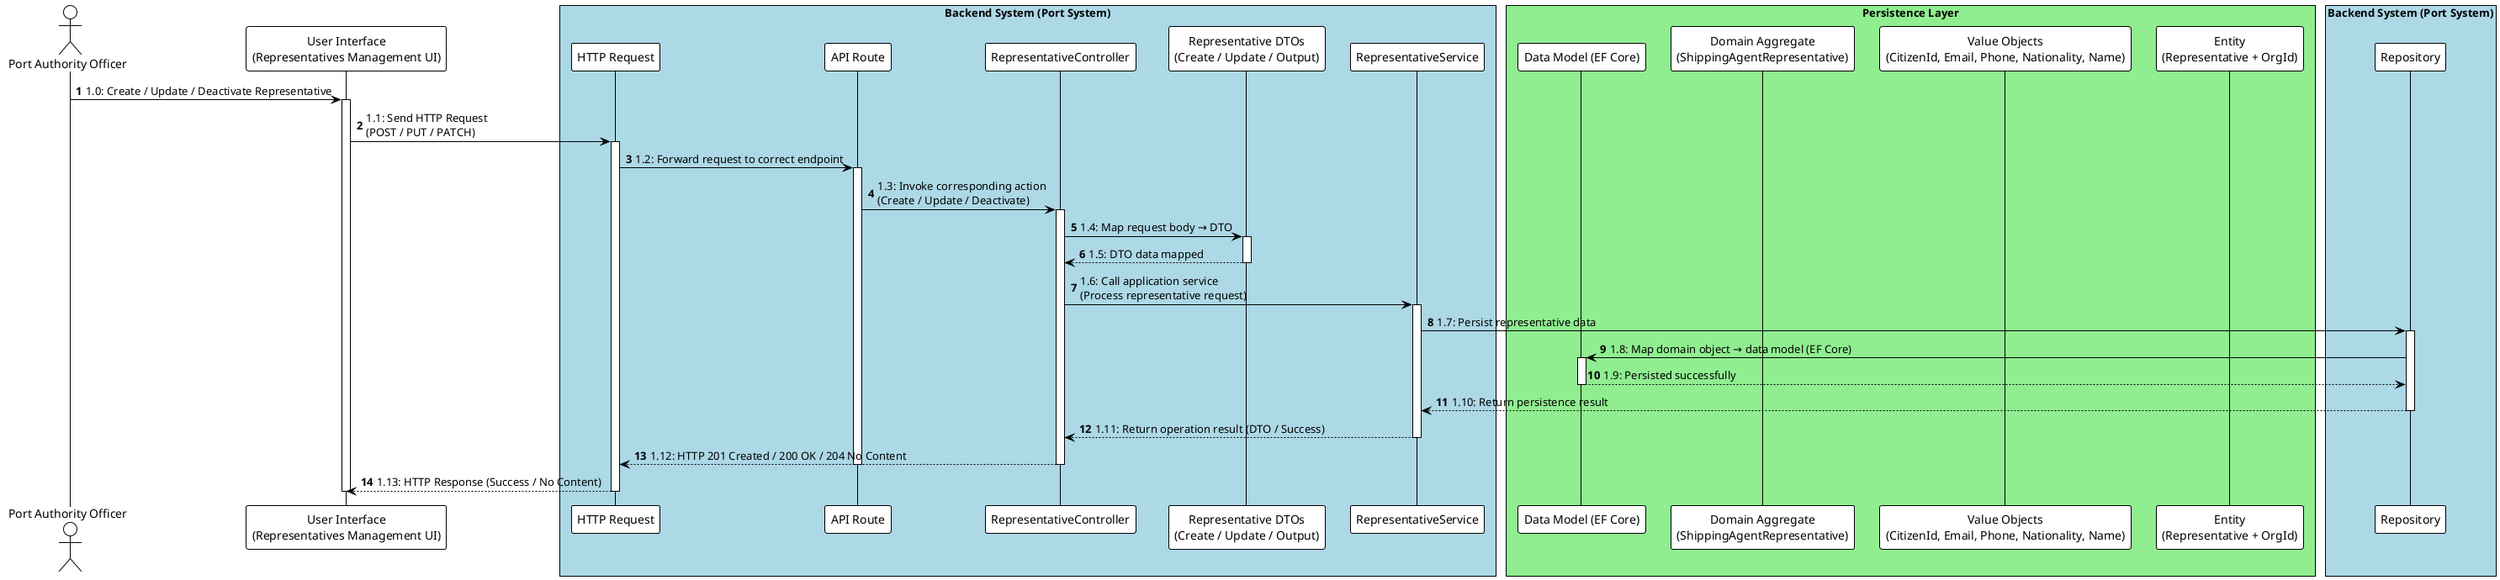
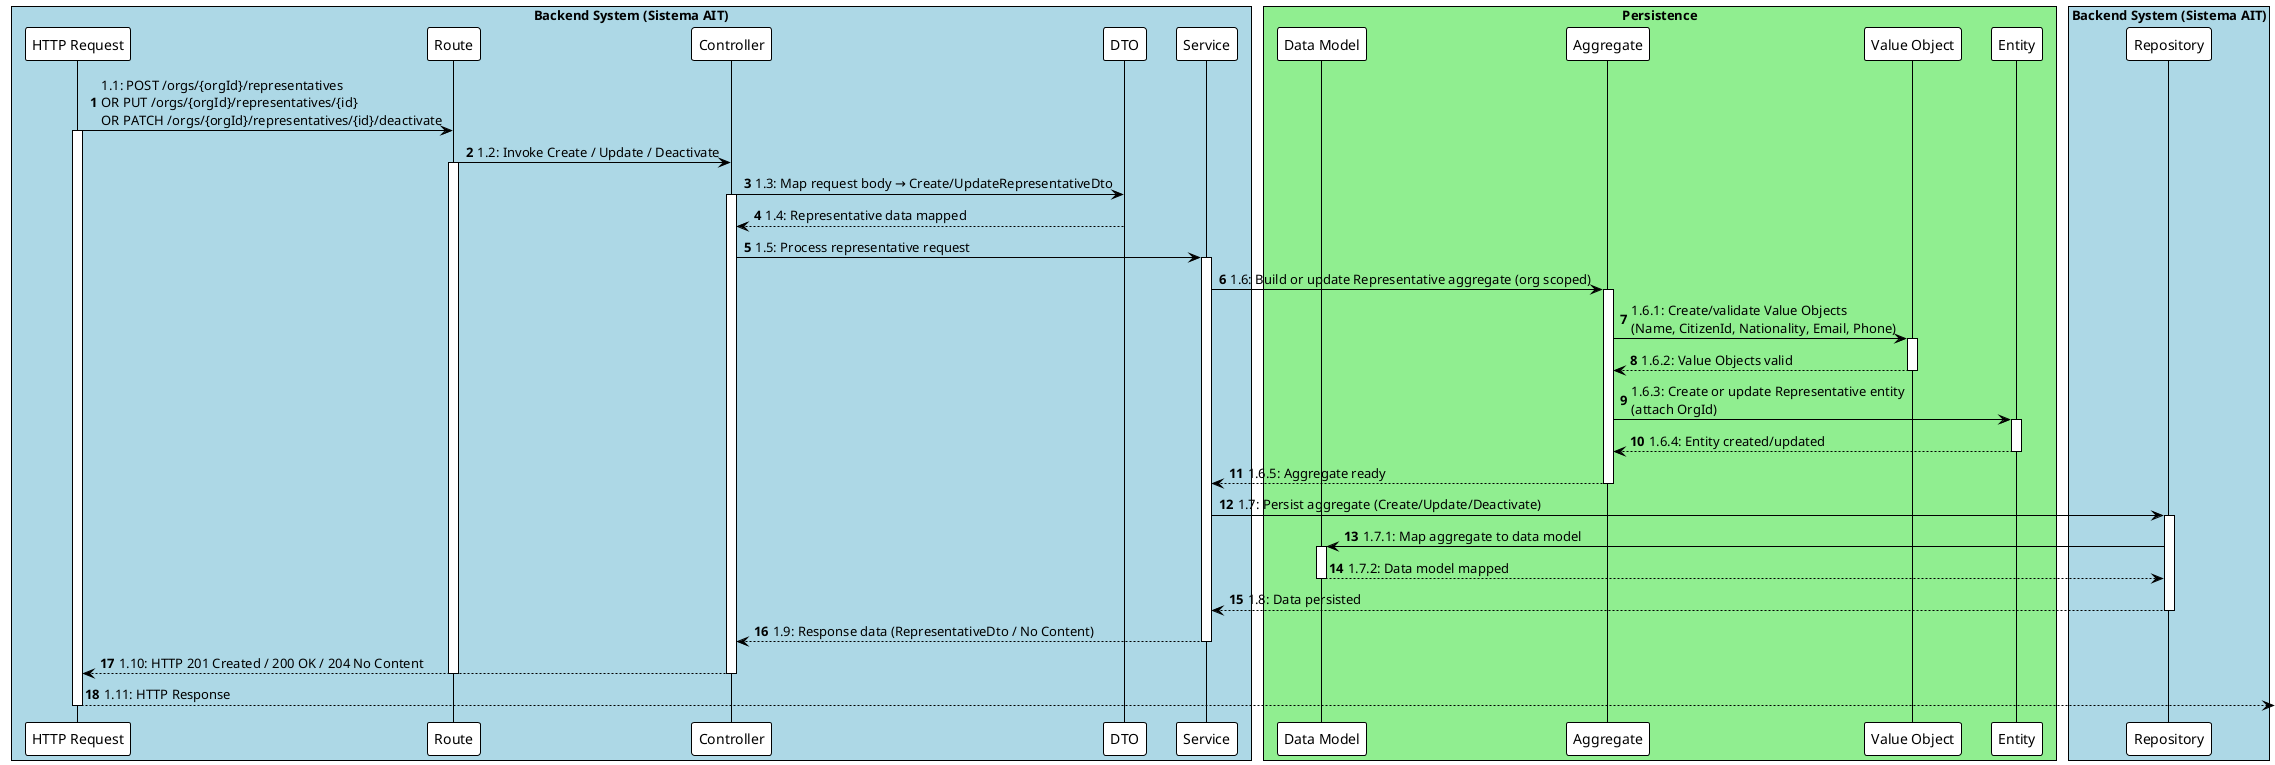
@startuml
!theme plain
autonumber

- actor "Port Authority Officer" as Officer
- 
- participant "User Interface\n(Representatives Management UI)" as UI
- 
- box "Backend System (Port System)" #LightBlue
- participant "HTTP Request" as HttpRequest
- participant "API Route" as Route
- participant "RepresentativeController" as Controller
- participant "Representative DTOs\n(Create / Update / Output)" as Dto
- participant "RepresentativeService" as Service
- box "Persistence Layer" #LightGreen
- participant "Data Model (EF Core)" as DataModel
- participant "Domain Aggregate\n(ShippingAgentRepresentative)" as Aggregate
- participant "Value Objects\n(CitizenId, Email, Phone, Nationality, Name)" as ValueObject
- participant "Entity\n(Representative + OrgId)" as Entity
- end box
- participant "Repository" as Repository
+ box "Backend System (Sistema AIT)" #LightBlue
+     participant "HTTP Request" as HttpRequest
+     participant "Route" as Route
+     participant "Controller" as Controller
+     participant "DTO" as Dto
+     participant "Service" as Service
+     box "Persistence" #LightGreen
+         participant "Data Model" as DataModel
+         participant "Aggregate" as Aggregate
+         participant "Value Object" as ValueObject
+         participant "Entity" as Entity
+     end box
+     participant "Repository" as Repository
end box

- ' --- Interaction Flow ---
- Officer -> UI : 1.0: Create / Update / Deactivate Representative
- activate UI
- 
- UI -> HttpRequest : 1.1: Send HTTP Request\n(POST / PUT / PATCH)
+ HttpRequest -> Route : 1.1: POST /orgs/{orgId}/representatives\nOR PUT /orgs/{orgId}/representatives/{id}\nOR PATCH /orgs/{orgId}/representatives/{id}/deactivate
activate HttpRequest
- HttpRequest -> Route : 1.2: Forward request to correct endpoint
+ Route -> Controller : 1.2: Invoke Create / Update / Deactivate
activate Route
- Route -> Controller : 1.3: Invoke corresponding action\n(Create / Update / Deactivate)
+ Controller -> Dto : 1.3: Map request body → Create/UpdateRepresentativeDto
activate Controller
- Controller -> Dto : 1.4: Map request body → DTO
- activate Dto
- Dto --> Controller : 1.5: DTO data mapped
+ Dto --> Controller : 1.4: Representative data mapped
deactivate Dto
- 
- Controller -> Service : 1.6: Call application service\n(Process representative request)
+ Controller -> Service : 1.5: Process representative request
activate Service
- 
- Service -> Repository : 1.7: Persist representative data
+ Service -> Aggregate : 1.6: Build or update Representative aggregate (org scoped)
+ activate Aggregate
+ Aggregate -> ValueObject : 1.6.1: Create/validate Value Objects\n(Name, CitizenId, Nationality, Email, Phone)
+ activate ValueObject
+ ValueObject --> Aggregate : 1.6.2: Value Objects valid
+ deactivate ValueObject
+ Aggregate -> Entity : 1.6.3: Create or update Representative entity\n(attach OrgId)
+ activate Entity
+ Entity --> Aggregate : 1.6.4: Entity created/updated
+ deactivate Entity
+ Aggregate --> Service : 1.6.5: Aggregate ready
+ deactivate Aggregate
+ Service -> Repository : 1.7: Persist aggregate (Create/Update/Deactivate)
activate Repository
- Repository -> DataModel : 1.8: Map domain object → data model (EF Core)
+ Repository -> DataModel : 1.7.1: Map aggregate to data model
activate DataModel
- DataModel --> Repository : 1.9: Persisted successfully
+ DataModel --> Repository : 1.7.2: Data model mapped
deactivate DataModel
- Repository --> Service : 1.10: Return persistence result
+ Repository --> Service : 1.8: Data persisted
deactivate Repository
- 
- Service --> Controller : 1.11: Return operation result (DTO / Success)
+ Service --> Controller : 1.9: Response data (RepresentativeDto / No Content)
deactivate Service
- Controller --> HttpRequest : 1.12: HTTP 201 Created / 200 OK / 204 No Content
+ Controller --> HttpRequest : 1.10: HTTP 201 Created / 200 OK / 204 No Content
deactivate Controller
deactivate Route
- HttpRequest --> UI : 1.13: HTTP Response (Success / No Content)
+ HttpRequest --> : 1.11: HTTP Response
deactivate HttpRequest
- deactivate UI

- @enduml+ @enduml
